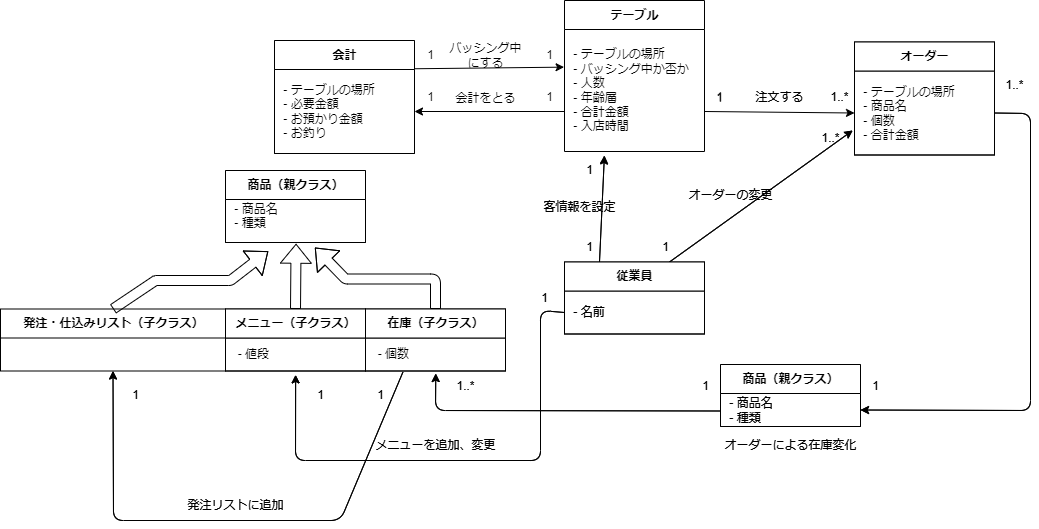
This is psp4/クラス図/クラス図_統合版.drawio.png from MasakiHiguchi/---, a draw.io export, as it was before one commit. Source tidied: cells renumbered, new cells last; positions are measured from the earlier drawing's top-left corner, leaving out a move shared by most shapes.
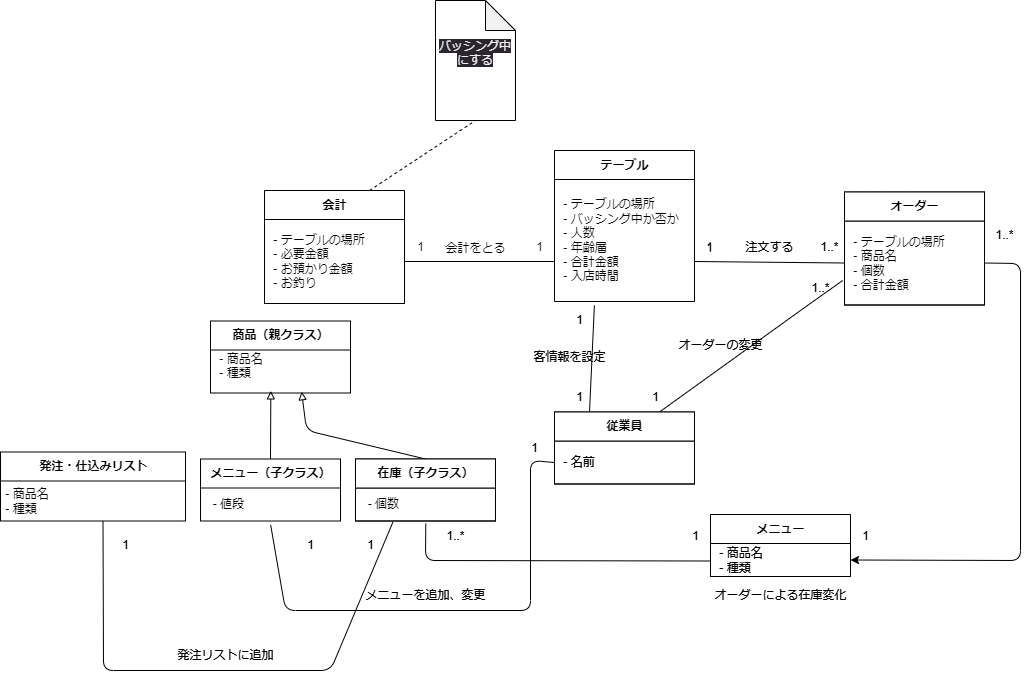
Above is the later version.

Commit message:
統合版完成

The edit, as a diff of the source:
```diff
@@ -23,12 +23,15 @@
     <mxCell id="8" value="注文する" style="text;html=1;align=center;verticalAlign=middle;strokeColor=none;fillColor=none;" parent="1" vertex="1">
       <mxGeometry x="744" y="81.5" width="70" height="30" as="geometry" />
     </mxCell>
-    <mxCell id="9" style="edgeStyle=none;html=1;exitX=0.25;exitY=0;exitDx=0;exitDy=0;entryX=0.285;entryY=1.031;entryDx=0;entryDy=0;entryPerimeter=0;" parent="1" edge="1" source="11" target="3">
+    <mxCell id="9" style="edgeStyle=none;html=1;exitX=0.25;exitY=0;exitDx=0;exitDy=0;entryX=0.285;entryY=1.031;entryDx=0;entryDy=0;entryPerimeter=0;endArrow=none;endFill=0;" parent="1" edge="1" source="11" target="3">
       <mxGeometry relative="1" as="geometry" />
     </mxCell>
-    <mxCell id="10" style="edgeStyle=none;html=1;exitX=0.75;exitY=0;exitDx=0;exitDy=0;entryX=-0.013;entryY=0.708;entryDx=0;entryDy=0;entryPerimeter=0;" parent="1" edge="1" source="11">
+    <mxCell id="10" style="edgeStyle=none;html=1;exitX=0.75;exitY=0;exitDx=0;exitDy=0;entryX=-0.013;entryY=0.708;entryDx=0;entryDy=0;entryPerimeter=0;endArrow=none;endFill=0;" parent="1" edge="1" source="11">
       <mxGeometry relative="1" as="geometry">
         <mxPoint x="852.2" y="130" as="targetPoint" />
+        <Array as="points">
+          <mxPoint x="810" y="160" />
+        </Array>
       </mxGeometry>
     </mxCell>
     <mxCell id="11" value="従業員" style="swimlane;fontStyle=1;align=center;verticalAlign=middle;horizontal=1;startSize=29;html=1;" parent="1" vertex="1">
@@ -47,7 +50,7 @@
       <mxGeometry x="529" y="191.5" width="100" height="30" as="geometry" />
     </mxCell>
     <mxCell id="16" value="メニュー（子クラス）" style="swimlane;fontStyle=1;align=center;verticalAlign=middle;horizontal=1;startSize=29;html=1;" parent="1" vertex="1">
-      <mxGeometry x="225" y="308.5" width="140" height="62" as="geometry" />
+      <mxGeometry x="210" y="308.5" width="140" height="62" as="geometry" />
     </mxCell>
     <mxCell id="17" value="&amp;nbsp;&amp;nbsp;- 値段" style="text;html=1;strokeColor=none;fillColor=none;align=left;verticalAlign=middle;spacingLeft=4;spacingRight=4;overflow=hidden;points=[[0,0.5],[1,0.5]];portConstraint=eastwest;" parent="16" vertex="1">
       <mxGeometry y="29" width="140" height="33" as="geometry" />
@@ -89,7 +92,7 @@
       <mxGeometry x="710" y="430" width="160" height="30" as="geometry" />
     </mxCell>
     <mxCell id="30" value="商品（親クラス）" style="swimlane;fontStyle=1;align=center;verticalAlign=middle;horizontal=1;startSize=29;html=1;" parent="1" vertex="1">
-      <mxGeometry x="225" y="170" width="140" height="72" as="geometry" />
+      <mxGeometry x="220" y="170.5" width="140" height="72" as="geometry" />
     </mxCell>
     <mxCell id="31" value="&amp;nbsp;- 商品名&lt;br&gt;&amp;nbsp;- 種類&lt;br&gt;&amp;nbsp;" style="text;html=1;strokeColor=none;fillColor=none;align=left;verticalAlign=middle;spacingLeft=4;spacingRight=4;overflow=hidden;points=[[0,0.5],[1,0.5]];portConstraint=eastwest;" parent="30" vertex="1">
       <mxGeometry y="29" width="140" height="43" as="geometry" />
@@ -100,18 +103,7 @@
     <mxCell id="33" value="&amp;nbsp;&amp;nbsp;- 個数" style="text;html=1;strokeColor=none;fillColor=none;align=left;verticalAlign=middle;spacingLeft=4;spacingRight=4;overflow=hidden;points=[[0,0.5],[1,0.5]];portConstraint=eastwest;" parent="32" vertex="1">
       <mxGeometry y="29" width="140" height="33" as="geometry" />
     </mxCell>
-    <mxCell id="34" style="shape=flexArrow;endArrow=classic;html=1;exitX=0.5;exitY=0;exitDx=0;exitDy=0;entryX=0.504;entryY=1.029;entryDx=0;entryDy=0;entryPerimeter=0;" parent="1" edge="1" source="16" target="31">
-      <mxGeometry relative="1" as="geometry" />
-    </mxCell>
-    <mxCell id="35" style="shape=flexArrow;endArrow=classic;html=1;exitX=0.5;exitY=0;exitDx=0;exitDy=0;entryX=0.639;entryY=1.119;entryDx=0;entryDy=0;entryPerimeter=0;" parent="1" edge="1" source="32" target="31">
-      <mxGeometry relative="1" as="geometry">
-        <Array as="points">
-          <mxPoint x="435" y="278.5" />
-          <mxPoint x="345" y="278.5" />
-        </Array>
-      </mxGeometry>
-    </mxCell>
-    <mxCell id="36" style="edgeStyle=none;html=1;exitX=0;exitY=0.5;exitDx=0;exitDy=0;entryX=0.501;entryY=1.117;entryDx=0;entryDy=0;entryPerimeter=0;" parent="1" edge="1" source="12" target="17">
+    <mxCell id="36" style="edgeStyle=none;html=1;exitX=0;exitY=0.5;exitDx=0;exitDy=0;entryX=0.501;entryY=1.117;entryDx=0;entryDy=0;entryPerimeter=0;endArrow=none;endFill=0;" parent="1" edge="1" source="12" target="17">
       <mxGeometry relative="1" as="geometry">
         <Array as="points">
           <mxPoint x="540" y="310" />
@@ -120,7 +112,7 @@
         </Array>
       </mxGeometry>
     </mxCell>
-    <mxCell id="37" style="edgeStyle=none;html=1;exitX=0;exitY=0.75;exitDx=0;exitDy=0;entryX=0.502;entryY=1.077;entryDx=0;entryDy=0;entryPerimeter=0;" parent="1" edge="1" source="38" target="33">
+    <mxCell id="37" style="edgeStyle=none;html=1;exitX=0;exitY=0.75;exitDx=0;exitDy=0;entryX=0.502;entryY=1.077;entryDx=0;entryDy=0;entryPerimeter=0;endArrow=none;endFill=0;" parent="1" edge="1" source="38" target="33">
       <mxGeometry relative="1" as="geometry">
         <Array as="points">
           <mxPoint x="435" y="410" />
@@ -154,25 +146,12 @@
     <mxCell id="44" value="1..*" style="text;html=1;align=center;verticalAlign=middle;strokeColor=none;fillColor=none;" parent="1" vertex="1">
       <mxGeometry x="994" y="70" width="40" height="30" as="geometry" />
     </mxCell>
-    <mxCell id="45" style="edgeStyle=none;html=1;exitX=0.267;exitY=1.036;exitDx=0;exitDy=0;exitPerimeter=0;entryX=0.5;entryY=1;entryDx=0;entryDy=0;" parent="1" edge="1" source="33" target="46">
-      <mxGeometry relative="1" as="geometry">
-        <Array as="points">
-          <mxPoint x="340" y="520" />
-          <mxPoint x="113" y="520" />
-        </Array>
-      </mxGeometry>
-    </mxCell>
-    <mxCell id="46" value="発注・仕込みリスト（子クラス）" style="swimlane;fontStyle=1;align=center;verticalAlign=middle;horizontal=1;startSize=29;html=1;" parent="1" vertex="1">
-      <mxGeometry y="308.5" width="225" height="62" as="geometry" />
+    <mxCell id="46" value="発注・仕込みリスト" style="swimlane;fontStyle=1;align=center;verticalAlign=middle;horizontal=1;startSize=29;html=1;" parent="1" vertex="1">
+      <mxGeometry x="10" y="301.5" width="185" height="69" as="geometry" />
     </mxCell>
-    <mxCell id="47" style="shape=flexArrow;endArrow=classic;html=1;exitX=0.5;exitY=0;exitDx=0;exitDy=0;entryX=0.305;entryY=1.205;entryDx=0;entryDy=0;entryPerimeter=0;" parent="1" edge="1" source="46" target="31">
-      <mxGeometry relative="1" as="geometry">
-        <Array as="points">
-          <mxPoint x="155" y="280" />
-          <mxPoint x="230" y="280" />
-        </Array>
-      </mxGeometry>
-    </mxCell>
+    <mxCell id="92" value="&lt;span style=&quot;&quot;&gt;&amp;nbsp;- 商品名&lt;/span&gt;&lt;br style=&quot;&quot;&gt;&lt;div style=&quot;&quot;&gt;&lt;span style=&quot;background-color: initial;&quot;&gt;&amp;nbsp;- 種類&lt;/span&gt;&lt;/div&gt;" style="text;html=1;align=left;verticalAlign=middle;strokeColor=none;fillColor=none;" parent="46" vertex="1">
+      <mxGeometry y="29" width="185" height="40" as="geometry" />
+    </mxCell>
     <mxCell id="48" value="1" style="text;html=1;align=center;verticalAlign=middle;strokeColor=none;fillColor=none;" parent="1" vertex="1">
       <mxGeometry x="120" y="380" width="30" height="30" as="geometry" />
     </mxCell>
@@ -182,7 +161,7 @@
     <mxCell id="50" value="発注リストに追加" style="text;html=1;align=center;verticalAlign=middle;strokeColor=none;fillColor=none;" parent="1" vertex="1">
       <mxGeometry x="175" y="490" width="120" height="30" as="geometry" />
     </mxCell>
-    <mxCell id="51" style="edgeStyle=none;html=1;exitX=1;exitY=0.5;exitDx=0;exitDy=0;entryX=0;entryY=0.5;entryDx=0;entryDy=0;" parent="1" edge="1" target="5">
+    <mxCell id="51" style="edgeStyle=none;html=1;exitX=1;exitY=0.5;exitDx=0;exitDy=0;entryX=0;entryY=0.5;entryDx=0;entryDy=0;endArrow=none;endFill=0;" parent="1" edge="1" target="5">
       <mxGeometry relative="1" as="geometry">
         <mxPoint x="704" y="111" as="sourcePoint" />
       </mxGeometry>
@@ -199,14 +178,6 @@
     <mxCell id="55" value="注文する" style="text;html=1;align=center;verticalAlign=middle;strokeColor=none;fillColor=none;" parent="1" vertex="1">
       <mxGeometry x="744" y="81.5" width="70" height="30" as="geometry" />
     </mxCell>
-    <mxCell id="56" style="edgeStyle=none;html=1;exitX=0.25;exitY=0;exitDx=0;exitDy=0;entryX=0.285;entryY=1.031;entryDx=0;entryDy=0;entryPerimeter=0;" parent="1" edge="1" source="58">
-      <mxGeometry relative="1" as="geometry">
-        <mxPoint x="603.9" y="155.6" as="targetPoint" />
-      </mxGeometry>
-    </mxCell>
-    <mxCell id="57" style="edgeStyle=none;html=1;exitX=0.75;exitY=0;exitDx=0;exitDy=0;entryX=-0.013;entryY=0.708;entryDx=0;entryDy=0;entryPerimeter=0;" parent="1" edge="1" source="58" target="5">
-      <mxGeometry relative="1" as="geometry" />
-    </mxCell>
     <mxCell id="58" value="従業員" style="swimlane;fontStyle=1;align=center;verticalAlign=middle;horizontal=1;startSize=29;html=1;" parent="1" vertex="1">
       <mxGeometry x="564" y="261.5" width="140" height="72" as="geometry" />
     </mxCell>
@@ -222,9 +193,9 @@
     <mxCell id="62" value="客情報を設定" style="text;html=1;align=center;verticalAlign=middle;strokeColor=none;fillColor=none;" parent="1" vertex="1">
       <mxGeometry x="529" y="191.5" width="100" height="30" as="geometry" />
     </mxCell>
-    <mxCell id="63" value="メニュー（子クラス）" style="swimlane;fontStyle=1;align=center;verticalAlign=middle;horizontal=1;startSize=29;html=1;" parent="1" vertex="1">
-      <mxGeometry x="225" y="308.5" width="140" height="62" as="geometry" />
-    </mxCell>
+    <mxCell id="34" style="edgeStyle=none;html=1;exitX=0.5;exitY=0;exitDx=0;exitDy=0;entryX=0.431;entryY=0.951;entryDx=0;entryDy=0;endArrow=block;endFill=0;entryPerimeter=0;" parent="1" edge="1" source="16" target="31">
+      <mxGeometry relative="1" as="geometry" />
+    </mxCell>
     <mxCell id="64" value="1" style="text;html=1;align=center;verticalAlign=middle;strokeColor=none;fillColor=none;" parent="1" vertex="1">
       <mxGeometry x="529" y="282.5" width="30" height="30" as="geometry" />
     </mxCell>
@@ -234,29 +205,18 @@
     <mxCell id="66" value="メニューを追加、変更" style="text;html=1;align=center;verticalAlign=middle;strokeColor=none;fillColor=none;" parent="1" vertex="1">
       <mxGeometry x="365" y="430" width="140" height="30" as="geometry" />
     </mxCell>
-    <mxCell id="67" style="edgeStyle=none;html=1;exitX=1;exitY=0.25;exitDx=0;exitDy=0;entryX=-0.003;entryY=-0.028;entryDx=0;entryDy=0;entryPerimeter=0;" parent="1" edge="1" source="68">
-      <mxGeometry relative="1" as="geometry">
-        <mxPoint x="563.6" y="66.6" as="targetPoint" />
-      </mxGeometry>
-    </mxCell>
+    <mxCell id="93" style="edgeStyle=none;html=1;exitX=0.75;exitY=0;exitDx=0;exitDy=0;entryX=0.5;entryY=1;entryDx=0;entryDy=0;entryPerimeter=0;endArrow=none;endFill=0;dashed=1;" parent="1" edge="1" source="68" target="72">
+      <mxGeometry relative="1" as="geometry" />
+    </mxCell>
     <mxCell id="68" value="会計" style="swimlane;fontStyle=1;align=center;verticalAlign=middle;horizontal=1;startSize=29;html=1;" parent="1" vertex="1">
       <mxGeometry x="274" y="40" width="140" height="113" as="geometry" />
     </mxCell>
-    <mxCell id="69" style="edgeStyle=none;html=1;exitX=0;exitY=0.5;exitDx=0;exitDy=0;entryX=1;entryY=0.5;entryDx=0;entryDy=0;" parent="1" edge="1">
+    <mxCell id="69" style="edgeStyle=none;html=1;exitX=0;exitY=0.5;exitDx=0;exitDy=0;entryX=1;entryY=0.5;entryDx=0;entryDy=0;endArrow=none;endFill=0;" parent="1" edge="1">
       <mxGeometry relative="1" as="geometry">
         <mxPoint x="564" y="111" as="sourcePoint" />
         <mxPoint x="414" y="111" as="targetPoint" />
       </mxGeometry>
     </mxCell>
-    <mxCell id="70" value="1" style="text;html=1;align=center;verticalAlign=middle;strokeColor=none;fillColor=none;" parent="1" vertex="1">
-      <mxGeometry x="534" y="40" width="30" height="30" as="geometry" />
-    </mxCell>
-    <mxCell id="71" value="1" style="text;html=1;align=center;verticalAlign=middle;strokeColor=none;fillColor=none;" parent="1" vertex="1">
-      <mxGeometry x="415" y="40" width="30" height="30" as="geometry" />
-    </mxCell>
-    <mxCell id="72" value="バッシング中&lt;br&gt;にする" style="text;html=1;align=center;verticalAlign=middle;points=[];strokeColor=none;fillColor=none;" parent="1" vertex="1">
-      <mxGeometry x="435" y="35" width="100" height="40" as="geometry" />
-    </mxCell>
     <mxCell id="73" value="1" style="text;html=1;align=center;verticalAlign=middle;strokeColor=none;fillColor=none;" parent="1" vertex="1">
       <mxGeometry x="650" y="231.5" width="30" height="30" as="geometry" />
     </mxCell>
@@ -269,44 +229,22 @@
     <mxCell id="76" value="オーダーによる在庫変化" style="text;html=1;align=center;verticalAlign=middle;strokeColor=none;fillColor=none;" parent="1" vertex="1">
       <mxGeometry x="710" y="430" width="160" height="30" as="geometry" />
     </mxCell>
-    <mxCell id="77" value="商品（親クラス）" style="swimlane;fontStyle=1;align=center;verticalAlign=middle;horizontal=1;startSize=29;html=1;" parent="1" vertex="1">
-      <mxGeometry x="225" y="170" width="140" height="72" as="geometry" />
-    </mxCell>
+    <mxCell id="94" style="edgeStyle=none;html=1;exitX=0.5;exitY=0;exitDx=0;exitDy=0;entryX=0.651;entryY=0.971;entryDx=0;entryDy=0;endArrow=block;endFill=0;entryPerimeter=0;" parent="1" edge="1" source="78" target="31">
+      <mxGeometry relative="1" as="geometry">
+        <Array as="points">
+          <mxPoint x="316" y="280" />
+        </Array>
+      </mxGeometry>
+    </mxCell>
     <mxCell id="78" value="在庫（子クラス）" style="swimlane;fontStyle=1;align=center;verticalAlign=middle;horizontal=1;startSize=29;html=1;" parent="1" vertex="1">
       <mxGeometry x="365" y="308.5" width="140" height="62" as="geometry" />
     </mxCell>
-    <mxCell id="79" style="edgeStyle=none;html=1;exitX=0;exitY=0.5;exitDx=0;exitDy=0;entryX=0.501;entryY=1.117;entryDx=0;entryDy=0;entryPerimeter=0;" parent="1" edge="1" source="59">
-      <mxGeometry relative="1" as="geometry">
-        <mxPoint x="295.1" y="374.4" as="targetPoint" />
-        <Array as="points">
-          <mxPoint x="540" y="310" />
-          <mxPoint x="540" y="460" />
-          <mxPoint x="295" y="460" />
-        </Array>
-      </mxGeometry>
-    </mxCell>
-    <mxCell id="80" style="edgeStyle=none;html=1;exitX=0;exitY=0.75;exitDx=0;exitDy=0;entryX=0.502;entryY=1.077;entryDx=0;entryDy=0;entryPerimeter=0;" parent="1" edge="1" source="81">
-      <mxGeometry relative="1" as="geometry">
-        <mxPoint x="435.3" y="373" as="targetPoint" />
-        <Array as="points">
-          <mxPoint x="435" y="410" />
-        </Array>
-      </mxGeometry>
-    </mxCell>
-    <mxCell id="81" value="商品（親クラス）" style="swimlane;fontStyle=1;align=center;verticalAlign=middle;horizontal=1;startSize=29;html=1;" parent="1" vertex="1">
+    <mxCell id="81" value="メニュー" style="swimlane;fontStyle=1;align=center;verticalAlign=middle;horizontal=1;startSize=29;html=1;" parent="1" vertex="1">
       <mxGeometry x="720" y="364" width="140" height="62" as="geometry" />
     </mxCell>
     <mxCell id="82" value="&amp;nbsp;- 商品名&lt;br&gt;&amp;nbsp;- 種類" style="text;html=1;strokeColor=none;fillColor=none;align=left;verticalAlign=middle;spacingLeft=4;spacingRight=4;overflow=hidden;points=[[0,0.5],[1,0.5]];portConstraint=eastwest;" parent="81" vertex="1">
       <mxGeometry y="29" width="140" height="33" as="geometry" />
     </mxCell>
-    <mxCell id="83" style="edgeStyle=none;html=1;exitX=1;exitY=0.5;exitDx=0;exitDy=0;entryX=1;entryY=0.5;entryDx=0;entryDy=0;" parent="1" edge="1" source="5" target="82">
-      <mxGeometry relative="1" as="geometry">
-        <Array as="points">
-          <mxPoint x="1030" y="113" />
-          <mxPoint x="1030" y="410" />
-        </Array>
-      </mxGeometry>
-    </mxCell>
     <mxCell id="84" value="1" style="text;html=1;align=center;verticalAlign=middle;strokeColor=none;fillColor=none;" parent="1" vertex="1">
       <mxGeometry x="860" y="370.5" width="30" height="30" as="geometry" />
     </mxCell>
@@ -319,7 +257,7 @@
     <mxCell id="87" value="1..*" style="text;html=1;align=center;verticalAlign=middle;strokeColor=none;fillColor=none;" parent="1" vertex="1">
       <mxGeometry x="994" y="70" width="40" height="30" as="geometry" />
     </mxCell>
-    <mxCell id="88" style="edgeStyle=none;html=1;exitX=0.267;exitY=1.036;exitDx=0;exitDy=0;exitPerimeter=0;entryX=0.5;entryY=1;entryDx=0;entryDy=0;" parent="1" edge="1">
+    <mxCell id="88" style="edgeStyle=none;html=1;exitX=0.267;exitY=1.036;exitDx=0;exitDy=0;exitPerimeter=0;entryX=0.5;entryY=1;entryDx=0;entryDy=0;endArrow=none;endFill=0;" parent="1" edge="1">
       <mxGeometry relative="1" as="geometry">
         <mxPoint x="402.4" y="371.7" as="sourcePoint" />
         <mxPoint x="112.5" y="370.5" as="targetPoint" />
@@ -338,5 +276,8 @@
     <mxCell id="91" value="発注リストに追加" style="text;html=1;align=center;verticalAlign=middle;strokeColor=none;fillColor=none;" parent="1" vertex="1">
       <mxGeometry x="175" y="490" width="120" height="30" as="geometry" />
     </mxCell>
+    <mxCell id="72" value="&#10;&lt;span style=&quot;color: rgb(240, 240, 240); font-family: Helvetica; font-size: 12px; font-style: normal; font-variant-ligatures: normal; font-variant-caps: normal; font-weight: 400; letter-spacing: normal; orphans: 2; text-align: center; text-indent: 0px; text-transform: none; widows: 2; word-spacing: 0px; -webkit-text-stroke-width: 0px; background-color: rgb(42, 37, 47); text-decoration-thickness: initial; text-decoration-style: initial; text-decoration-color: initial; float: none; display: inline !important;&quot;&gt;バッシング中&lt;/span&gt;&lt;br style=&quot;border-color: rgb(0, 0, 0); color: rgb(240, 240, 240); font-family: Helvetica; font-size: 12px; font-style: normal; font-variant-ligatures: normal; font-variant-caps: normal; font-weight: 400; letter-spacing: normal; orphans: 2; text-align: center; text-indent: 0px; text-transform: none; widows: 2; word-spacing: 0px; -webkit-text-stroke-width: 0px; background-color: rgb(42, 37, 47); text-decoration-thickness: initial; text-decoration-style: initial; text-decoration-color: initial;&quot;&gt;&lt;span style=&quot;color: rgb(240, 240, 240); font-family: Helvetica; font-size: 12px; font-style: normal; font-variant-ligatures: normal; font-variant-caps: normal; font-weight: 400; letter-spacing: normal; orphans: 2; text-align: center; text-indent: 0px; text-transform: none; widows: 2; word-spacing: 0px; -webkit-text-stroke-width: 0px; background-color: rgb(42, 37, 47); text-decoration-thickness: initial; text-decoration-style: initial; text-decoration-color: initial; float: none; display: inline !important;&quot;&gt;にする&lt;/span&gt;&#10;&#10;" style="shape=note;whiteSpace=wrap;html=1;backgroundOutline=1;darkOpacity=0.05;" parent="1" vertex="1">
+      <mxGeometry x="445" y="-150" width="80" height="120" as="geometry" />
+    </mxCell>
   </root>
 </mxGraphModel>
```
